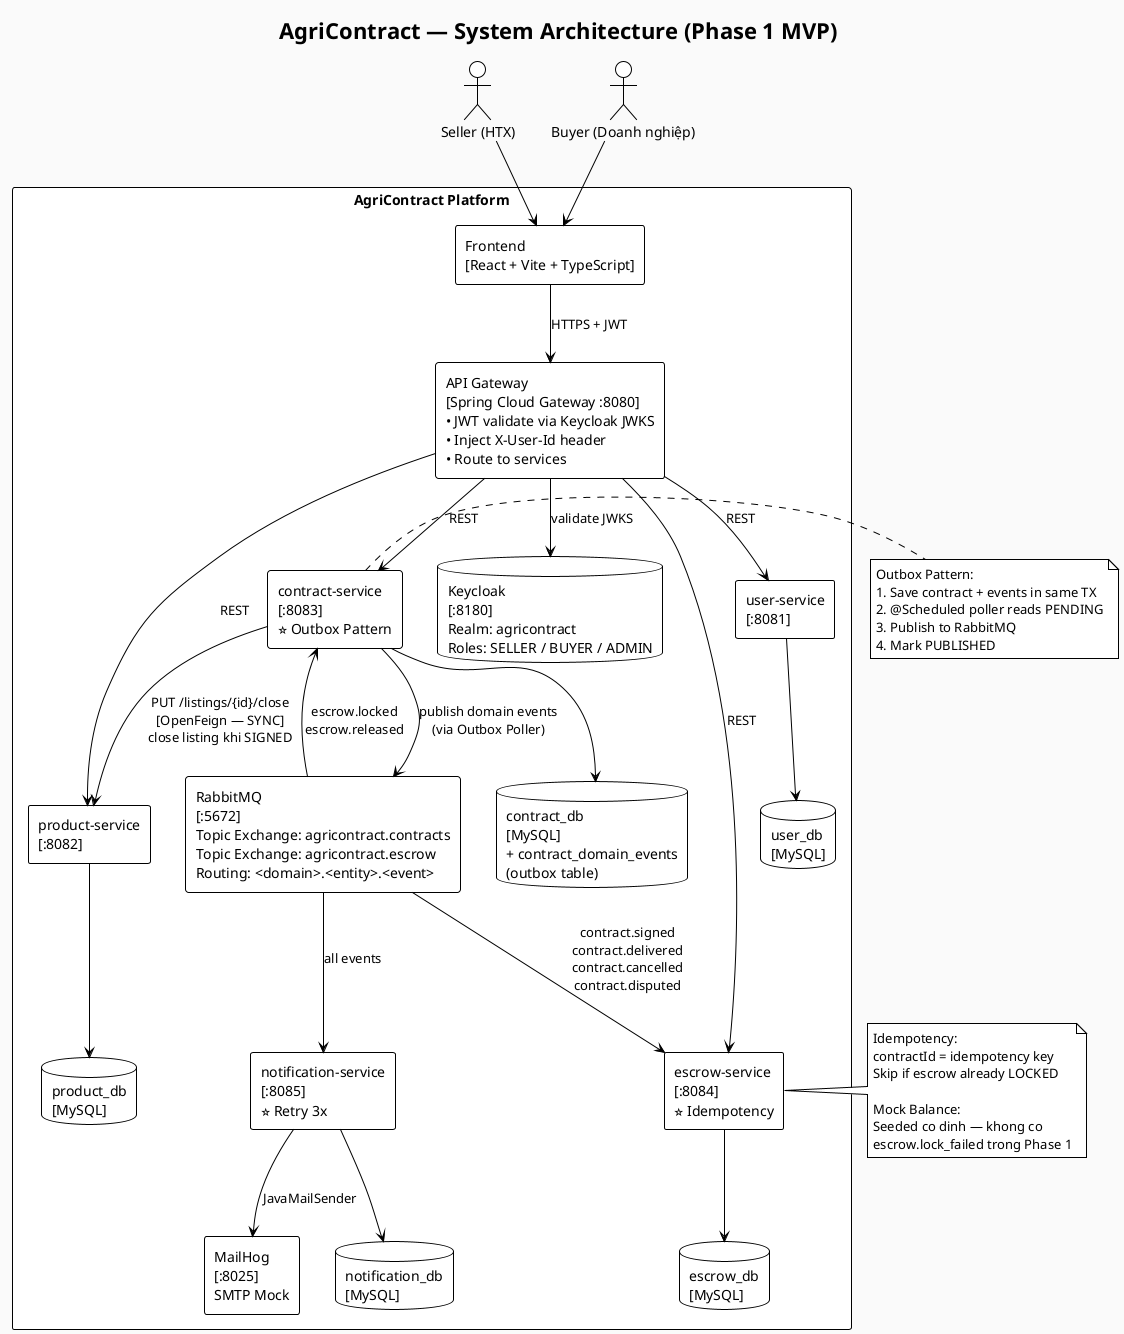
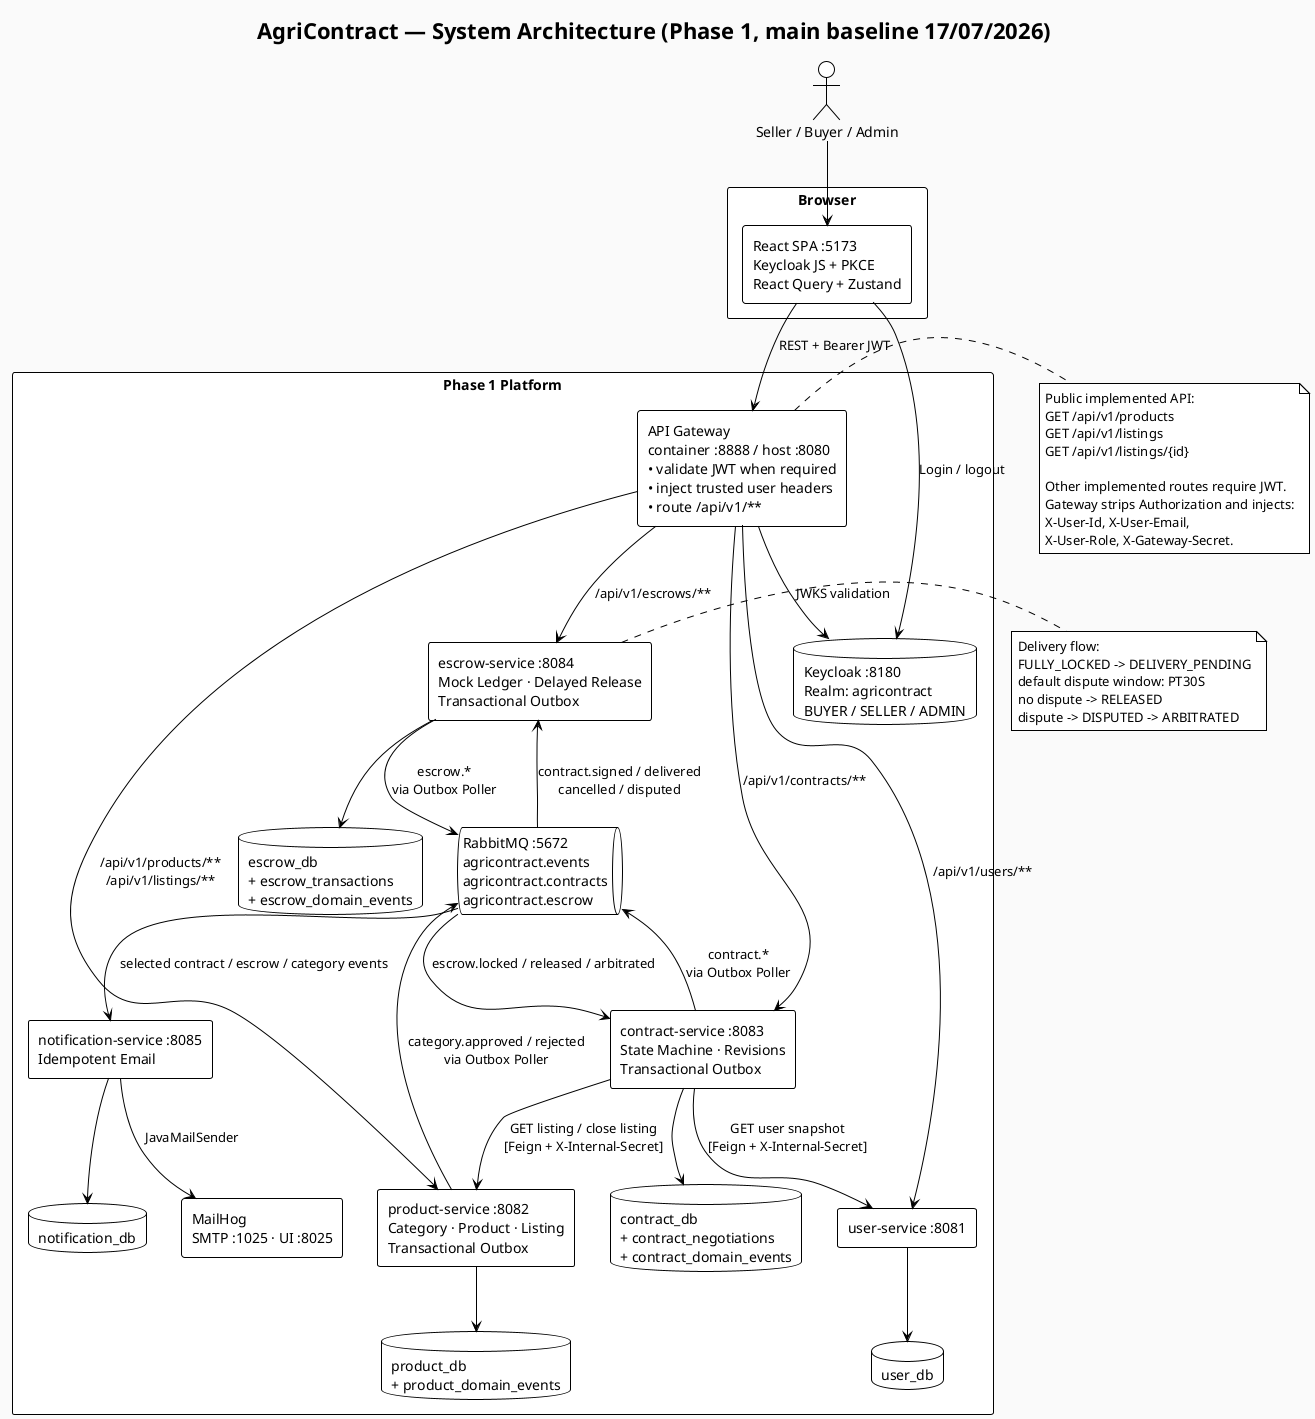
- @startuml AgriContract - System Architecture
+ @startuml AgriContract - Phase 1 Architecture
!theme plain
skinparam backgroundColor #FAFAFA
skinparam componentStyle rectangle
skinparam defaultFontName Arial

- title AgriContract — System Architecture (Phase 1 MVP)
+ title AgriContract — System Architecture (Phase 1, main baseline 17/07/2026)

- actor "Seller (HTX)" as Seller
- actor "Buyer (Doanh nghiệp)" as Buyer
+ actor "Seller / Buyer / Admin" as User

- rectangle "AgriContract Platform" {
-     rectangle "Frontend\n[React + Vite + TypeScript]" as FE
- 
-     rectangle "API Gateway\n[Spring Cloud Gateway :8080]\n• JWT validate via Keycloak JWKS\n• Inject X-User-Id header\n• Route to services" as GW
- 
-     database "Keycloak\n[:8180]\nRealm: agricontract\nRoles: SELLER / BUYER / ADMIN" as KC
- 
-     rectangle "RabbitMQ\n[:5672]\nTopic Exchange: agricontract.contracts\nTopic Exchange: agricontract.escrow\nRouting: <domain>.<entity>.<event>" as MQ
- 
-     rectangle "user-service\n[:8081]" as US
-     rectangle "product-service\n[:8082]" as PS
-     rectangle "contract-service\n[:8083]\n⭐ Outbox Pattern" as CS
-     rectangle "escrow-service\n[:8084]\n⭐ Idempotency" as ES
-     rectangle "notification-service\n[:8085]\n⭐ Retry 3x" as NS
- 
-     database "user_db\n[MySQL]" as UDB
-     database "product_db\n[MySQL]" as PDB
-     database "contract_db\n[MySQL]\n+ contract_domain_events\n(outbox table)" as CDB
-     database "escrow_db\n[MySQL]" as ESDB
-     database "notification_db\n[MySQL]" as NDB
- 
-     rectangle "MailHog\n[:8025]\nSMTP Mock" as MAIL
+ rectangle "Browser" {
+     rectangle "React SPA :5173\nKeycloak JS + PKCE\nReact Query + Zustand" as FE
}

- Seller --> FE
- Buyer --> FE
- FE --> GW : HTTPS + JWT
- GW --> KC : validate JWKS
- GW --> US : REST
- GW --> PS : REST
- GW --> CS : REST
- GW --> ES : REST
+ rectangle "Phase 1 Platform" {
+     rectangle "API Gateway\ncontainer :8888 / host :8080\n• validate JWT when required\n• inject trusted user headers\n• route /api/v1/**" as GW
+     database "Keycloak :8180\nRealm: agricontract\nBUYER / SELLER / ADMIN" as KC

- CS --> PS : PUT /listings/{id}/close\n[OpenFeign — SYNC]\nclose listing khi SIGNED
+     rectangle "user-service :8081" as US
+     rectangle "product-service :8082\nCategory · Product · Listing\nTransactional Outbox" as PS
+     rectangle "contract-service :8083\nState Machine · Revisions\nTransactional Outbox" as CS
+     rectangle "escrow-service :8084\nMock Ledger · Delayed Release\nTransactional Outbox" as ES
+     rectangle "notification-service :8085\nIdempotent Email" as NS

- CS --> MQ : publish domain events\n(via Outbox Poller)
- MQ --> ES : contract.signed\ncontract.delivered\ncontract.cancelled\ncontract.disputed
- MQ --> CS : escrow.locked\nescrow.released
- MQ --> NS : all events
+     queue "RabbitMQ :5672\nagricontract.events\nagricontract.contracts\nagricontract.escrow" as MQ

- ES --> ESDB
- CS --> CDB
+     database "user_db" as UDB
+     database "product_db\n+ product_domain_events" as PDB
+     database "contract_db\n+ contract_negotiations\n+ contract_domain_events" as CDB
+     database "escrow_db\n+ escrow_transactions\n+ escrow_domain_events" as EDB
+     database "notification_db" as NDB
+ 
+     rectangle "MailHog\nSMTP :1025 · UI :8025" as MAIL
+ }
+ 
+ User --> FE
+ FE --> KC : Login / logout
+ FE --> GW : REST + Bearer JWT
+ GW --> KC : JWKS validation
+ GW --> US : /api/v1/users/**
+ GW --> PS : /api/v1/products/**\n/api/v1/listings/**
+ GW --> CS : /api/v1/contracts/**
+ GW --> ES : /api/v1/escrows/**
+ 
+ CS --> US : GET user snapshot\n[Feign + X-Internal-Secret]
+ CS --> PS : GET listing / close listing\n[Feign + X-Internal-Secret]
+ 
+ PS --> MQ : category.approved / rejected\nvia Outbox Poller
+ CS --> MQ : contract.*\nvia Outbox Poller
+ ES --> MQ : escrow.*\nvia Outbox Poller
+ MQ --> ES : contract.signed / delivered\ncancelled / disputed
+ MQ --> CS : escrow.locked / released / arbitrated
+ MQ --> NS : selected contract / escrow / category events
+ 
US --> UDB
PS --> PDB
+ CS --> CDB
+ ES --> EDB
NS --> NDB
NS --> MAIL : JavaMailSender

- note right of CS
-   Outbox Pattern:
-   1. Save contract + events in same TX
-   2. @Scheduled poller reads PENDING
-   3. Publish to RabbitMQ
-   4. Mark PUBLISHED
+ note right of GW
+   Public implemented API:
+   GET /api/v1/products
+   GET /api/v1/listings
+   GET /api/v1/listings/{id}
+ 
+   Other implemented routes require JWT.
+   Gateway strips Authorization and injects:
+   X-User-Id, X-User-Email,
+   X-User-Role, X-Gateway-Secret.
end note

note right of ES
-   Idempotency:
-   contractId = idempotency key
-   Skip if escrow already LOCKED
- 
-   Mock Balance:
-   Seeded co dinh — khong co
-   escrow.lock_failed trong Phase 1
+   Delivery flow:
+   FULLY_LOCKED -> DELIVERY_PENDING
+   default dispute window: PT30S
+   no dispute -> RELEASED
+   dispute -> DISPUTED -> ARBITRATED
end note

@enduml
